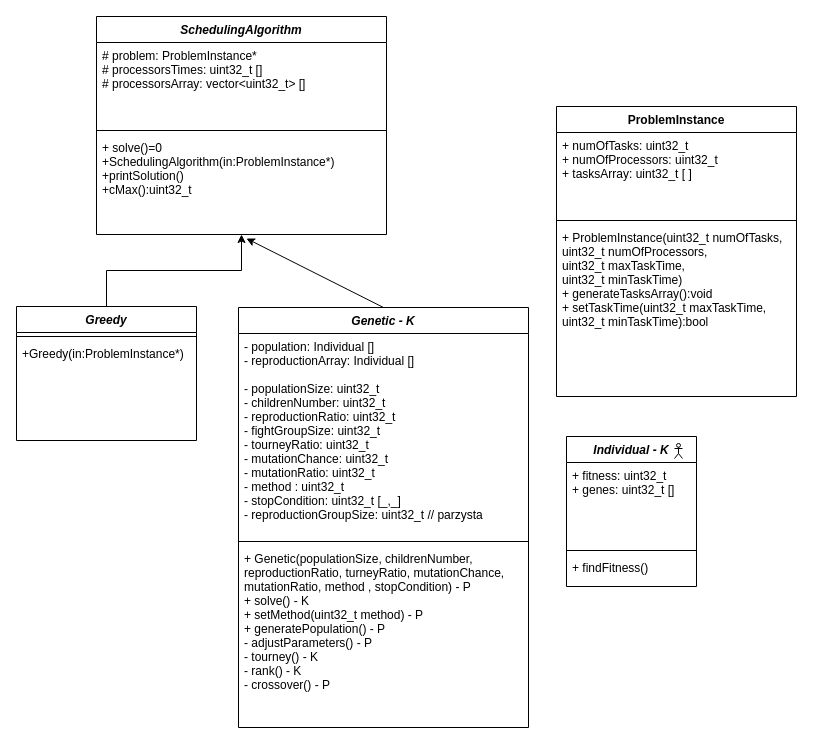
The draw.io diagram ClassDiagram.drawio in linek150/TasksSchedulingMetaheurystic, before the edit. Source tidied: cells renumbered, new cells numbered last; positions are measured from the earlier drawing's top-left corner, leaving out a move shared by most shapes. Both pictures are drawn from the tidied source at 100%, with x=0, y=0 at pixel (16, 16).
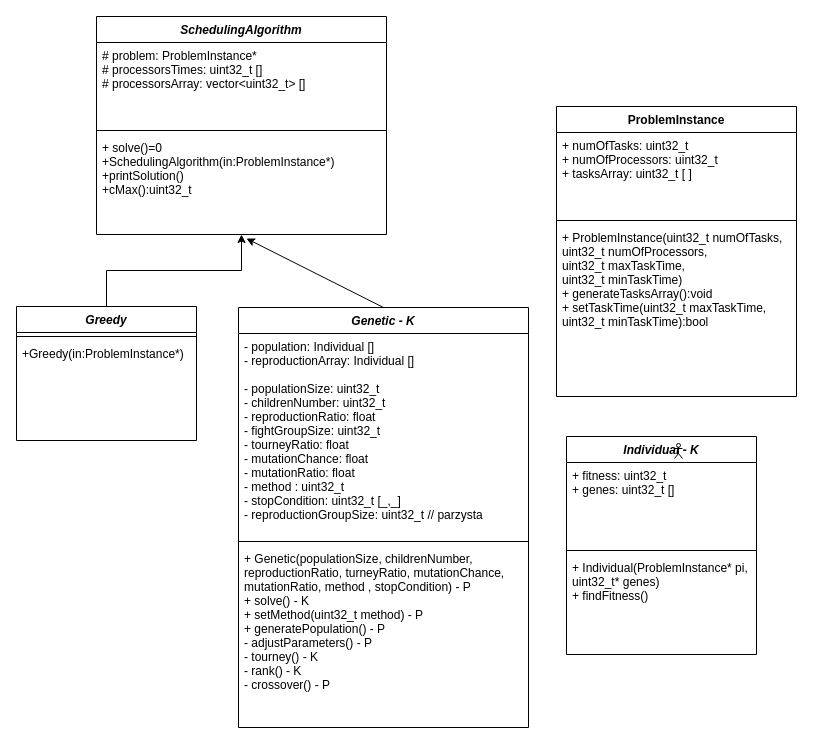
The same page after the edit.

The change refers to these unchanged cells:
```xml
<mxCell id="14" value="Genetic - K" style="swimlane;fontStyle=3;align=center;verticalAlign=top;horizontal=1;startSize=26;" parent="1" vertex="1">
  <mxGeometry x="222" y="291" width="290" height="420" as="geometry" />
</mxCell>
```

The edit, as a diff of the source:
```diff
@@
-    <mxCell id="15" value="- population: Individual []&#10;- reproductionArray: Individual [] &#10;&#10;- populationSize: uint32_t&#10;- childrenNumber: uint32_t&#10;- reproductionRatio: uint32_t&#10;- fightGroupSize: uint32_t        &#10;- tourneyRatio: uint32_t&#10;- mutationChance: uint32_t&#10;- mutationRatio: uint32_t&#10;- method : uint32_t&#10;- stopCondition: uint32_t [_,_]&#10;- reproductionGroupSize: uint32_t // parzysta" style="text;strokeColor=none;fillColor=none;align=left;verticalAlign=top;spacingLeft=4;spacingRight=4;overflow=hidden;" parent="14" vertex="1">
+    <mxCell id="15" value="- population: Individual []&#10;- reproductionArray: Individual [] &#10;&#10;- populationSize: uint32_t&#10;- childrenNumber: uint32_t&#10;- reproductionRatio: float&#10;- fightGroupSize: uint32_t        &#10;- tourneyRatio: float&#10;- mutationChance: float&#10;- mutationRatio: float&#10;- method : uint32_t&#10;- stopCondition: uint32_t [_,_]&#10;- reproductionGroupSize: uint32_t // parzysta" style="text;strokeColor=none;fillColor=none;align=left;verticalAlign=top;spacingLeft=4;spacingRight=4;overflow=hidden;" parent="14" vertex="1">
       <mxGeometry y="26" width="290" height="204" as="geometry" />
     </mxCell>
@@
     <mxCell id="19" value="Individual - K" style="swimlane;fontStyle=3;align=center;verticalAlign=top;horizontal=1;startSize=26;" parent="1" vertex="1">
-      <mxGeometry x="550" y="420" width="130" height="150" as="geometry" />
+      <mxGeometry x="550" y="420" width="190" height="218" as="geometry" />
     </mxCell>
     <mxCell id="20" value="+ fitness: uint32_t&#10;+ genes: uint32_t []&#10;" style="text;strokeColor=none;fillColor=none;align=left;verticalAlign=top;spacingLeft=4;spacingRight=4;overflow=hidden;" parent="19" vertex="1">
-      <mxGeometry y="26" width="130" height="84" as="geometry" />
+      <mxGeometry y="26" width="190" height="84" as="geometry" />
     </mxCell>
     <mxCell id="21" style="line;strokeWidth=1;fillColor=none;align=left;verticalAlign=middle;spacingTop=-1;spacingLeft=3;spacingRight=3;labelPosition=right;" parent="19" vertex="1">
-      <mxGeometry y="110" width="130" height="8" as="geometry" />
+      <mxGeometry y="110" width="190" height="8" as="geometry" />
     </mxCell>
-    <mxCell id="22" value="+ findFitness()&#10;&#10;" style="text;strokeColor=none;fillColor=none;align=left;verticalAlign=top;spacingLeft=4;spacingRight=4;overflow=hidden;fontStyle=0;" parent="19" vertex="1">
-      <mxGeometry y="118" width="130" height="32" as="geometry" />
+    <mxCell id="22" value="+ Individual(ProblemInstance* pi,&#10;uint32_t* genes)&#10;+ findFitness()&#10;&#10;" style="text;strokeColor=none;fillColor=none;align=left;verticalAlign=top;spacingLeft=4;spacingRight=4;overflow=hidden;fontStyle=0;" parent="19" vertex="1">
+      <mxGeometry y="118" width="190" height="100" as="geometry" />
     </mxCell>
```
